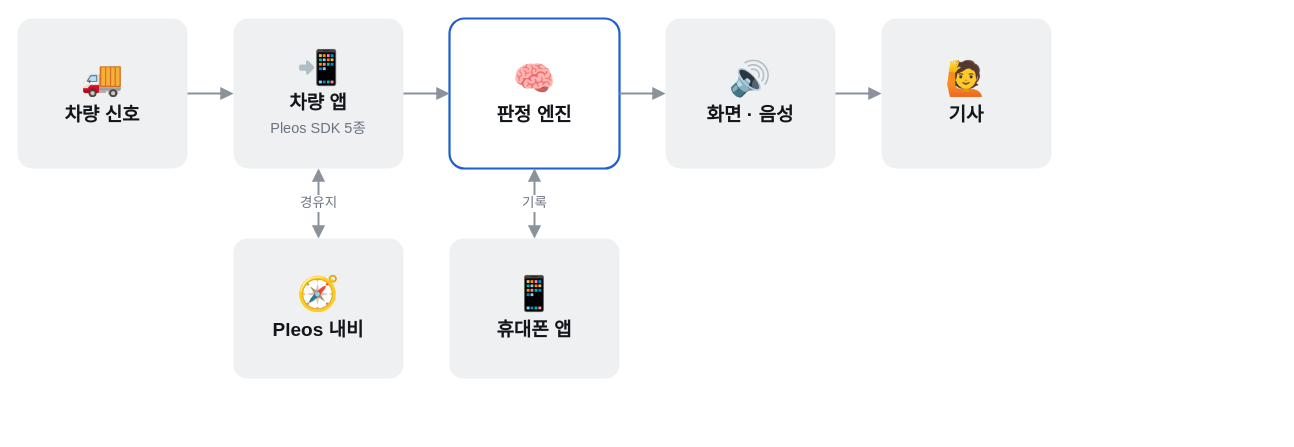
This is app/design/architecture/jaejeok_architecture.drawio from koreamax/HMG-app-challenge-SCSS, a draw.io file, before an edit. Source tidied: cells renumbered, new cells numbered last; positions are measured from the earlier drawing's top-left corner, leaving out a move shared by most shapes. Both pictures are drawn from the tidied source at 100%, with x=0, y=0 at pixel (17, 18).
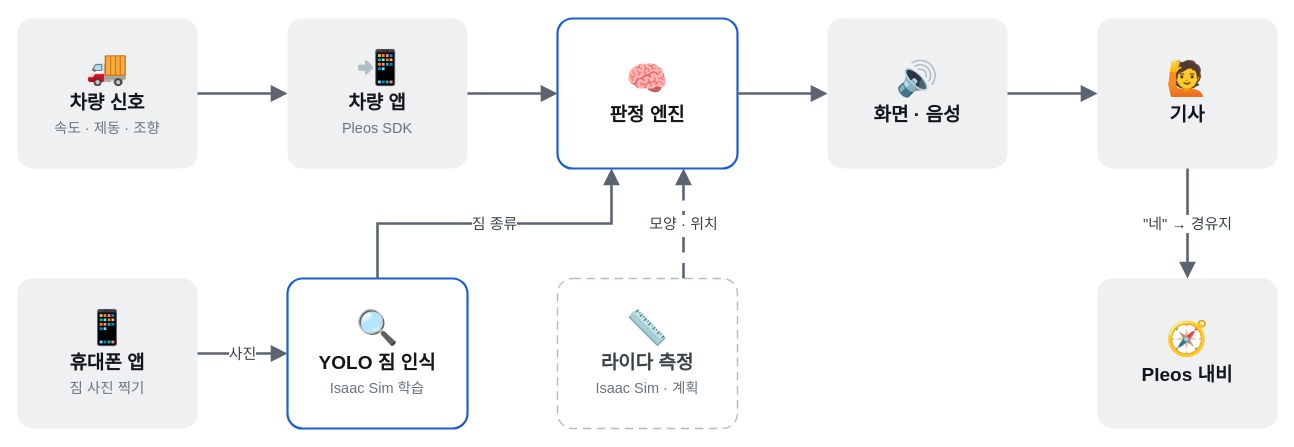
The same page after the edit.

Commit message (it also covers changes not shown here):
Architecture with YOLO and LiDAR, video links on YouTube

What changed in the source:
```diff
@@
-    <mxCell id="2" value="&lt;div style=&quot;font-size:34px;line-height:1.1;margin-bottom:6px&quot;&gt;🚚&lt;/div&gt;&lt;div style=&quot;font-size:19px;font-weight:600;color:#121519&quot;&gt;차량 신호&lt;/div&gt;" style="rounded=1;arcSize=10;whiteSpace=wrap;html=1;fontFamily=Pretendard;fillColor=#EEF0F2;strokeColor=none;strokeWidth=1.4;align=center;verticalAlign=middle;spacing=8;" parent="1" vertex="1">
-      <mxGeometry width="170" height="150" as="geometry" />
+    <mxCell id="2" value="&lt;div style=&quot;font-size:34px;line-height:1.1;margin-bottom:6px&quot;&gt;🚚&lt;/div&gt;&lt;div style=&quot;font-size:19px;font-weight:600;color:#121519&quot;&gt;차량 신호&lt;/div&gt;&lt;div style=&quot;font-size:14.5px;color:#6B7380;margin-top:4px;line-height:1.35&quot;&gt;속도 · 제동 · 조향&lt;/div&gt;" style="rounded=1;arcSize=10;whiteSpace=wrap;html=1;fontFamily=Pretendard;fillColor=#EEF0F2;strokeColor=none;strokeWidth=1.4;align=center;verticalAlign=middle;spacing=8;" parent="1" vertex="1">
+      <mxGeometry width="180" height="150" as="geometry" />
     </mxCell>
-    <mxCell id="3" value="&lt;div style=&quot;font-size:34px;line-height:1.1;margin-bottom:6px&quot;&gt;📲&lt;/div&gt;&lt;div style=&quot;font-size:19px;font-weight:600;color:#121519&quot;&gt;차량 앱&lt;/div&gt;&lt;div style=&quot;font-size:14.5px;color:#6B7380;margin-top:4px;line-height:1.35&quot;&gt;Pleos SDK 5종&lt;/div&gt;" style="rounded=1;arcSize=10;whiteSpace=wrap;html=1;fontFamily=Pretendard;fillColor=#EEF0F2;strokeColor=none;strokeWidth=1.4;align=center;verticalAlign=middle;spacing=8;" parent="1" vertex="1">
-      <mxGeometry x="216" width="170" height="150" as="geometry" />
+    <mxCell id="3" value="&lt;div style=&quot;font-size:34px;line-height:1.1;margin-bottom:6px&quot;&gt;📲&lt;/div&gt;&lt;div style=&quot;font-size:19px;font-weight:600;color:#121519&quot;&gt;차량 앱&lt;/div&gt;&lt;div style=&quot;font-size:14.5px;color:#6B7380;margin-top:4px;line-height:1.35&quot;&gt;Pleos SDK&lt;/div&gt;" style="rounded=1;arcSize=10;whiteSpace=wrap;html=1;fontFamily=Pretendard;fillColor=#EEF0F2;strokeColor=none;strokeWidth=1.4;align=center;verticalAlign=middle;spacing=8;" parent="1" vertex="1">
+      <mxGeometry x="270" width="180" height="150" as="geometry" />
     </mxCell>
     <mxCell id="4" value="&lt;div style=&quot;font-size:34px;line-height:1.1;margin-bottom:6px&quot;&gt;🧠&lt;/div&gt;&lt;div style=&quot;font-size:19px;font-weight:600;color:#121519&quot;&gt;판정 엔진&lt;/div&gt;" style="rounded=1;arcSize=10;whiteSpace=wrap;html=1;fontFamily=Pretendard;fillColor=#FFFFFF;strokeColor=#1D5FD0;strokeWidth=2.2;align=center;verticalAlign=middle;spacing=8;" parent="1" vertex="1">
-      <mxGeometry x="432" width="170" height="150" as="geometry" />
+      <mxGeometry x="540" width="180" height="150" as="geometry" />
     </mxCell>
     <mxCell id="5" value="&lt;div style=&quot;font-size:34px;line-height:1.1;margin-bottom:6px&quot;&gt;🔊&lt;/div&gt;&lt;div style=&quot;font-size:19px;font-weight:600;color:#121519&quot;&gt;화면 · 음성&lt;/div&gt;" style="rounded=1;arcSize=10;whiteSpace=wrap;html=1;fontFamily=Pretendard;fillColor=#EEF0F2;strokeColor=none;strokeWidth=1.4;align=center;verticalAlign=middle;spacing=8;" parent="1" vertex="1">
-      <mxGeometry x="648" width="170" height="150" as="geometry" />
+      <mxGeometry x="810" width="180" height="150" as="geometry" />
     </mxCell>
     <mxCell id="6" value="&lt;div style=&quot;font-size:34px;line-height:1.1;margin-bottom:6px&quot;&gt;🙋&lt;/div&gt;&lt;div style=&quot;font-size:19px;font-weight:600;color:#121519&quot;&gt;기사&lt;/div&gt;" style="rounded=1;arcSize=10;whiteSpace=wrap;html=1;fontFamily=Pretendard;fillColor=#EEF0F2;strokeColor=none;strokeWidth=1.4;align=center;verticalAlign=middle;spacing=8;" parent="1" vertex="1">
-      <mxGeometry x="864" width="170" height="150" as="geometry" />
+      <mxGeometry x="1080" width="180" height="150" as="geometry" />
     </mxCell>
-    <mxCell id="7" value="&lt;div style=&quot;font-size:34px;line-height:1.1;margin-bottom:6px&quot;&gt;🧭&lt;/div&gt;&lt;div style=&quot;font-size:19px;font-weight:600;color:#121519&quot;&gt;Pleos 내비&lt;/div&gt;" style="rounded=1;arcSize=10;whiteSpace=wrap;html=1;fontFamily=Pretendard;fillColor=#EEF0F2;strokeColor=none;strokeWidth=1.4;align=center;verticalAlign=middle;spacing=8;" parent="1" vertex="1">
-      <mxGeometry x="216" y="220" width="170" height="140" as="geometry" />
+    <mxCell id="7" value="&lt;div style=&quot;font-size:34px;line-height:1.1;margin-bottom:6px&quot;&gt;📱&lt;/div&gt;&lt;div style=&quot;font-size:19px;font-weight:600;color:#121519&quot;&gt;휴대폰 앱&lt;/div&gt;&lt;div style=&quot;font-size:14.5px;color:#6B7380;margin-top:4px;line-height:1.35&quot;&gt;짐 사진 찍기&lt;/div&gt;" style="rounded=1;arcSize=10;whiteSpace=wrap;html=1;fontFamily=Pretendard;fillColor=#EEF0F2;strokeColor=none;strokeWidth=1.4;align=center;verticalAlign=middle;spacing=8;" parent="1" vertex="1">
+      <mxGeometry y="260" width="180" height="150" as="geometry" />
     </mxCell>
-    <mxCell id="8" value="&lt;div style=&quot;font-size:34px;line-height:1.1;margin-bottom:6px&quot;&gt;📱&lt;/div&gt;&lt;div style=&quot;font-size:19px;font-weight:600;color:#121519&quot;&gt;휴대폰 앱&lt;/div&gt;" style="rounded=1;arcSize=10;whiteSpace=wrap;html=1;fontFamily=Pretendard;fillColor=#EEF0F2;strokeColor=none;strokeWidth=1.4;align=center;verticalAlign=middle;spacing=8;" parent="1" vertex="1">
-      <mxGeometry x="432" y="220" width="170" height="140" as="geometry" />
+    <mxCell id="8" value="&lt;div style=&quot;font-size:34px;line-height:1.1;margin-bottom:6px&quot;&gt;🔍&lt;/div&gt;&lt;div style=&quot;font-size:19px;font-weight:600;color:#121519&quot;&gt;YOLO 짐 인식&lt;/div&gt;&lt;div style=&quot;font-size:14.5px;color:#6B7380;margin-top:4px;line-height:1.35&quot;&gt;Isaac Sim 학습&lt;/div&gt;" style="rounded=1;arcSize=10;whiteSpace=wrap;html=1;fontFamily=Pretendard;fillColor=#FFFFFF;strokeColor=#1D5FD0;strokeWidth=2.2;align=center;verticalAlign=middle;spacing=8;" parent="1" vertex="1">
+      <mxGeometry x="270" y="260" width="180" height="150" as="geometry" />
     </mxCell>
-    <mxCell id="9" style="edgeStyle=orthogonalEdgeStyle;rounded=0;html=1;fontFamily=Pretendard;fontSize=13.5;fontColor=#6B7380;strokeColor=#8A929C;strokeWidth=2;endArrow=block;endFill=1;endSize=8;labelBackgroundColor=#FFFFFF;" parent="1" edge="1" source="2" target="3">
-      <mxGeometry relative="1" as="geometry" />
+    <mxCell id="9" value="&lt;div style=&quot;font-size:34px;line-height:1.1;margin-bottom:6px&quot;&gt;📏&lt;/div&gt;&lt;div style=&quot;font-size:19px;font-weight:600;color:#3A414A&quot;&gt;라이다 측정&lt;/div&gt;&lt;div style=&quot;font-size:14.5px;color:#6B7380;margin-top:4px;line-height:1.35&quot;&gt;Isaac Sim · 계획&lt;/div&gt;" style="rounded=1;arcSize=10;whiteSpace=wrap;html=1;fontFamily=Pretendard;fillColor=#FFFFFF;strokeColor=#B3BAC3;strokeWidth=1.4;align=center;verticalAlign=middle;spacing=8;dashed=1;dashPattern=6 4;" parent="1" vertex="1">
+      <mxGeometry x="540" y="260" width="180" height="150" as="geometry" />
     </mxCell>
-    <mxCell id="10" style="edgeStyle=orthogonalEdgeStyle;rounded=0;html=1;fontFamily=Pretendard;fontSize=13.5;fontColor=#6B7380;strokeColor=#8A929C;strokeWidth=2;endArrow=block;endFill=1;endSize=8;labelBackgroundColor=#FFFFFF;" parent="1" edge="1" source="3" target="4">
-      <mxGeometry relative="1" as="geometry" />
+    <mxCell id="10" value="&lt;div style=&quot;font-size:34px;line-height:1.1;margin-bottom:6px&quot;&gt;🧭&lt;/div&gt;&lt;div style=&quot;font-size:19px;font-weight:600;color:#121519&quot;&gt;Pleos 내비&lt;/div&gt;" style="rounded=1;arcSize=10;whiteSpace=wrap;html=1;fontFamily=Pretendard;fillColor=#EEF0F2;strokeColor=none;strokeWidth=1.4;align=center;verticalAlign=middle;spacing=8;" parent="1" vertex="1">
+      <mxGeometry x="1080" y="260" width="180" height="150" as="geometry" />
     </mxCell>
-    <mxCell id="11" style="edgeStyle=orthogonalEdgeStyle;rounded=0;html=1;fontFamily=Pretendard;fontSize=13.5;fontColor=#6B7380;strokeColor=#8A929C;strokeWidth=2;endArrow=block;endFill=1;endSize=8;labelBackgroundColor=#FFFFFF;" parent="1" edge="1" source="4" target="5">
+    <mxCell id="11" style="edgeStyle=orthogonalEdgeStyle;rounded=0;html=1;fontFamily=Pretendard;fontSize=15;fontColor=#3A414A;strokeColor=#5B6470;strokeWidth=2.6;endArrow=block;endFill=1;endSize=10;labelBackgroundColor=#FFFFFF;" parent="1" edge="1" source="2" target="3">
       <mxGeometry relative="1" as="geometry" />
     </mxCell>
-    <mxCell id="12" style="edgeStyle=orthogonalEdgeStyle;rounded=0;html=1;fontFamily=Pretendard;fontSize=13.5;fontColor=#6B7380;strokeColor=#8A929C;strokeWidth=2;endArrow=block;endFill=1;endSize=8;labelBackgroundColor=#FFFFFF;" parent="1" edge="1" source="5" target="6">
+    <mxCell id="12" style="edgeStyle=orthogonalEdgeStyle;rounded=0;html=1;fontFamily=Pretendard;fontSize=15;fontColor=#3A414A;strokeColor=#5B6470;strokeWidth=2.6;endArrow=block;endFill=1;endSize=10;labelBackgroundColor=#FFFFFF;" parent="1" edge="1" source="3" target="4">
       <mxGeometry relative="1" as="geometry" />
     </mxCell>
-    <mxCell id="13" value="경유지" style="edgeStyle=orthogonalEdgeStyle;rounded=0;html=1;fontFamily=Pretendard;fontSize=13.5;fontColor=#6B7380;strokeColor=#8A929C;strokeWidth=2;endArrow=block;endFill=1;endSize=8;labelBackgroundColor=#FFFFFF;startArrow=block;startFill=1;startSize=8;" parent="1" edge="1" source="3" target="7">
+    <mxCell id="13" style="edgeStyle=orthogonalEdgeStyle;rounded=0;html=1;fontFamily=Pretendard;fontSize=15;fontColor=#3A414A;strokeColor=#5B6470;strokeWidth=2.6;endArrow=block;endFill=1;endSize=10;labelBackgroundColor=#FFFFFF;" parent="1" edge="1" source="4" target="5">
       <mxGeometry relative="1" as="geometry" />
     </mxCell>
-    <mxCell id="14" value="기록" style="edgeStyle=orthogonalEdgeStyle;rounded=0;html=1;fontFamily=Pretendard;fontSize=13.5;fontColor=#6B7380;strokeColor=#8A929C;strokeWidth=2;endArrow=block;endFill=1;endSize=8;labelBackgroundColor=#FFFFFF;startArrow=block;startFill=1;startSize=8;" parent="1" edge="1" source="4" target="8">
+    <mxCell id="14" style="edgeStyle=orthogonalEdgeStyle;rounded=0;html=1;fontFamily=Pretendard;fontSize=15;fontColor=#3A414A;strokeColor=#5B6470;strokeWidth=2.6;endArrow=block;endFill=1;endSize=10;labelBackgroundColor=#FFFFFF;" parent="1" edge="1" source="5" target="6">
       <mxGeometry relative="1" as="geometry" />
     </mxCell>
+    <mxCell id="15" value="사진" style="edgeStyle=orthogonalEdgeStyle;rounded=0;html=1;fontFamily=Pretendard;fontSize=15;fontColor=#3A414A;strokeColor=#5B6470;strokeWidth=2.6;endArrow=block;endFill=1;endSize=10;labelBackgroundColor=#FFFFFF;" parent="1" edge="1" source="7" target="8">
+      <mxGeometry relative="1" as="geometry" />
+    </mxCell>
+    <mxCell id="16" value="짐 종류" style="edgeStyle=orthogonalEdgeStyle;rounded=0;html=1;fontFamily=Pretendard;fontSize=15;fontColor=#3A414A;strokeColor=#5B6470;strokeWidth=2.6;endArrow=block;endFill=1;endSize=10;labelBackgroundColor=#FFFFFF;exitX=0.5;exitY=0;exitDx=0;exitDy=0;entryX=0.3;entryY=1;entryDx=0;entryDy=0;" parent="1" edge="1" source="8" target="4">
+      <mxGeometry relative="1" as="geometry">
+        <Array as="points">
+          <mxPoint x="360" y="205" />
+          <mxPoint x="594" y="205" />
+        </Array>
+      </mxGeometry>
+    </mxCell>
+    <mxCell id="17" value="모양 · 위치" style="edgeStyle=orthogonalEdgeStyle;rounded=0;html=1;fontFamily=Pretendard;fontSize=15;fontColor=#3A414A;strokeColor=#5B6470;strokeWidth=2.6;endArrow=block;endFill=1;endSize=10;labelBackgroundColor=#FFFFFF;dashed=1;dashPattern=6 4;exitX=0.7;exitY=0;exitDx=0;exitDy=0;entryX=0.7;entryY=1;entryDx=0;entryDy=0;" parent="1" edge="1" source="9" target="4">
+      <mxGeometry relative="1" as="geometry" />
+    </mxCell>
+    <mxCell id="18" value="&quot;네&quot; → 경유지" style="edgeStyle=orthogonalEdgeStyle;rounded=0;html=1;fontFamily=Pretendard;fontSize=15;fontColor=#3A414A;strokeColor=#5B6470;strokeWidth=2.6;endArrow=block;endFill=1;endSize=10;labelBackgroundColor=#FFFFFF;" parent="1" edge="1" source="6" target="10">
+      <mxGeometry relative="1" as="geometry" />
+    </mxCell>
```
